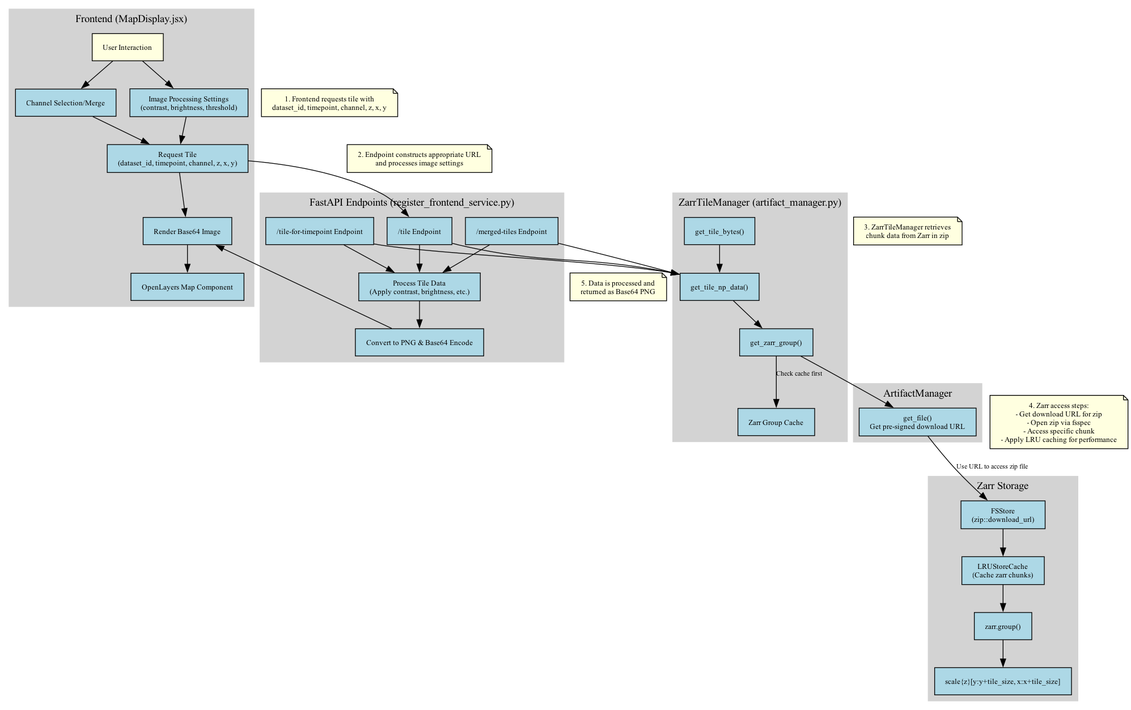
cccoolll/agent-lens keeps this Graphviz diagram as docs/zarr_tile_workflow.png. Above is the earlier version. Its source is kept beside it as docs/zarr_tile_workflow.dot. Its diagram source:
```dot
digraph ZarrTileWorkflow {
    rankdir=TB;
    node [shape=box, style=filled, fillcolor=lightblue, fontsize=10, margin="0.2,0.1"];
    edge [fontsize=9];

    subgraph cluster_frontend {
        label="Frontend (MapDisplay.jsx)";
        style=filled;
        color=lightgrey;

        user [label="User Interaction", fillcolor=lightyellow];
        map_component [label="OpenLayers Map Component"];
        channel_selection [label="Channel Selection/Merge"];
        image_processing [label="Image Processing Settings\n(contrast, brightness, threshold)"];
        request_tile [label="Request Tile\n(dataset_id, timepoint, channel, z, x, y)"];
        render_tile [label="Render Base64 Image"];

        user -> channel_selection;
        user -> image_processing;
        channel_selection -> request_tile;
        image_processing -> request_tile;
        request_tile -> render_tile;
        render_tile -> map_component;
    }

    subgraph cluster_fastapi {
        label="FastAPI Endpoints (register_frontend_service.py)";
        style=filled;
        color=lightgrey;

        tile_endpoint [label="/tile Endpoint"];
        merged_tiles_endpoint [label="/merged-tiles Endpoint"];
        timepoint_endpoint [label="/tile-for-timepoint Endpoint"];
        process_image [label="Process Tile Data\n(Apply contrast, brightness, etc.)"];
        encode_image [label="Convert to PNG & Base64 Encode"];

        tile_endpoint -> process_image;
        merged_tiles_endpoint -> process_image;
        timepoint_endpoint -> process_image;
        process_image -> encode_image;
    }

    subgraph cluster_zarr_manager {
        label="ZarrTileManager (artifact_manager.py)";
        style=filled;
        color=lightgrey;

        get_tile_bytes [label="get_tile_bytes()"];
        get_tile_np_data [label="get_tile_np_data()"];
        get_zarr_group [label="get_zarr_group()"];
        zarr_cache [label="Zarr Group Cache"];

        get_tile_bytes -> get_tile_np_data;
        get_tile_np_data -> get_zarr_group;
        get_zarr_group -> zarr_cache [label="Check cache first"];
    }

    subgraph cluster_artifact_manager {
        label="ArtifactManager";
        style=filled;
        color=lightgrey;

        get_file [label="get_file()\nGet pre-signed download URL"];
    }

    subgraph cluster_zarr_storage {
        label="Zarr Storage";
        style=filled;
        color=lightgrey;

        fsstore [label="FSStore\n(zip::download_url)"];
        lru_cache [label="LRUStoreCache\n(Cache zarr chunks)"];
        zarr_group [label="zarr.group()"];
        zarr_array [label="scale{z}[y:y+tile_size, x:x+tile_size]"];

        fsstore -> lru_cache;
        lru_cache -> zarr_group;
        zarr_group -> zarr_array;
    }

    request_tile -> tile_endpoint [lhead=cluster_fastapi];
    encode_image -> render_tile;

    tile_endpoint -> get_tile_np_data;
    merged_tiles_endpoint -> get_tile_np_data;
    timepoint_endpoint -> get_tile_np_data;

    get_zarr_group -> get_file;
    get_file -> fsstore [label="Use URL to access zip file"];

    data_flow1 [shape=note, fillcolor=lightyellow, label="1. Frontend requests tile with\ndataset_id, timepoint, channel, z, x, y"];
    data_flow2 [shape=note, fillcolor=lightyellow, label="2. Endpoint constructs appropriate URL\nand processes image settings"];
    data_flow3 [shape=note, fillcolor=lightyellow, label="3. ZarrTileManager retrieves\nchunk data from Zarr in zip"];
    data_flow4 [shape=note, fillcolor=lightyellow, label="4. Zarr access steps:\n- Get download URL for zip\n- Open zip via fsspec\n- Access specific chunk\n- Apply LRU caching for performance"];
    data_flow5 [shape=note, fillcolor=lightyellow, label="5. Data is processed and\nreturned as Base64 PNG"];

    data_flow1 -> request_tile [style=invis];
    data_flow2 -> tile_endpoint [style=invis];
    data_flow3 -> get_tile_np_data [style=invis];
    data_flow4 -> fsstore [style=invis];
    data_flow5 -> encode_image [style=invis];
}
```
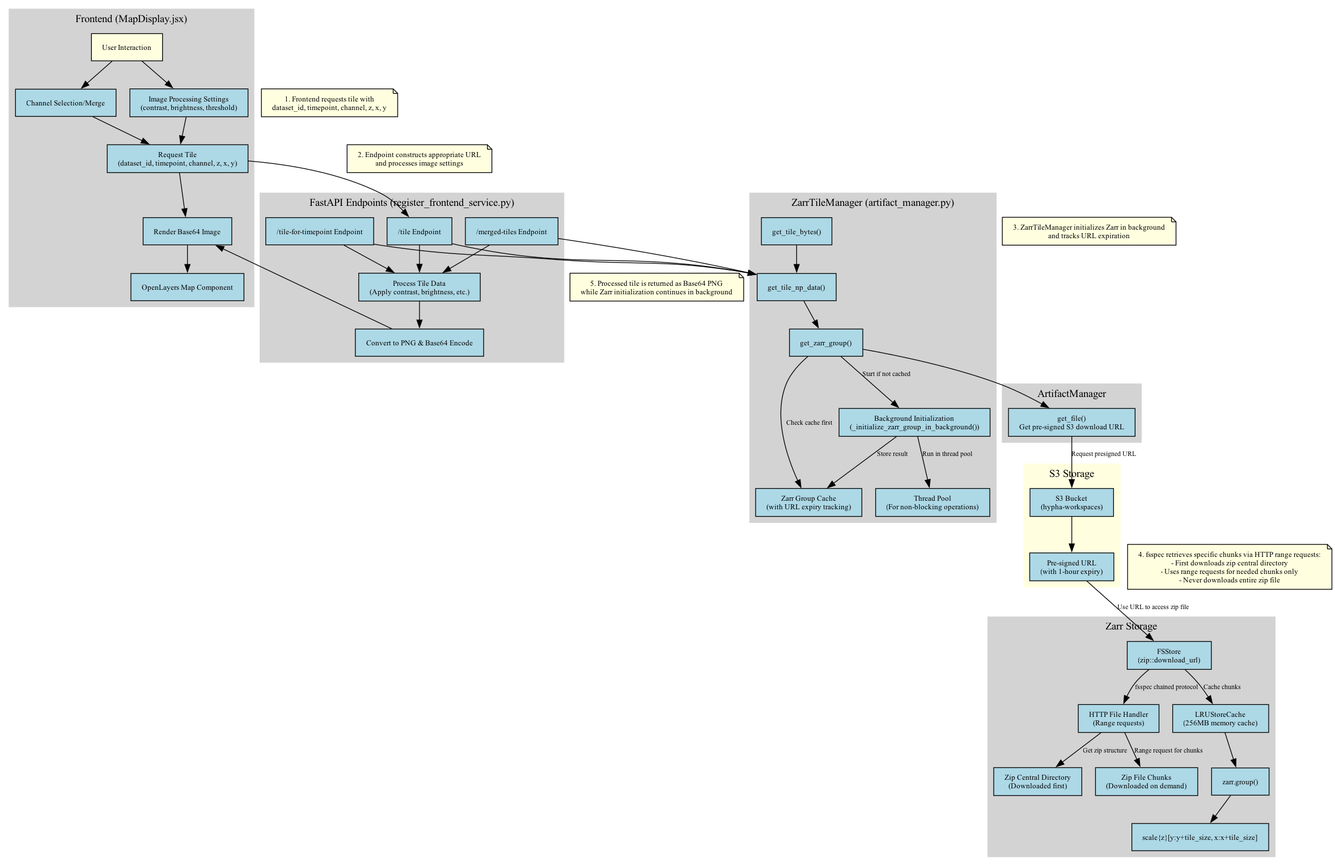
Later version of the same file.

The edit, as a diff of the source:
```diff
@@ -48,11 +48,16 @@
         get_tile_bytes [label="get_tile_bytes()"];
         get_tile_np_data [label="get_tile_np_data()"];
         get_zarr_group [label="get_zarr_group()"];
-        zarr_cache [label="Zarr Group Cache"];
+        zarr_cache [label="Zarr Group Cache\n(with URL expiry tracking)"];
+        background_init [label="Background Initialization\n(_initialize_zarr_group_in_background())"];
+        thread_pool [label="Thread Pool\n(For non-blocking operations)"];
 
         get_tile_bytes -> get_tile_np_data;
         get_tile_np_data -> get_zarr_group;
         get_zarr_group -> zarr_cache [label="Check cache first"];
+        get_zarr_group -> background_init [label="Start if not cached"];
+        background_init -> thread_pool [label="Run in thread pool"];
+        background_init -> zarr_cache [label="Store result"];
     }
 
     subgraph cluster_artifact_manager {
@@ -60,7 +65,18 @@
         style=filled;
         color=lightgrey;
 
-        get_file [label="get_file()\nGet pre-signed download URL"];
+        get_file [label="get_file()\nGet pre-signed S3 download URL"];
+    }
+
+    subgraph cluster_s3 {
+        label="S3 Storage";
+        style=filled;
+        color=lightyellow;
+
+        s3_bucket [label="S3 Bucket\n(hypha-workspaces)"];
+        presigned_url [label="Pre-signed URL\n(with 1-hour expiry)"];
+
+        s3_bucket -> presigned_url;
     }
 
     subgraph cluster_zarr_storage {
@@ -69,11 +85,17 @@
         color=lightgrey;
 
         fsstore [label="FSStore\n(zip::download_url)"];
-        lru_cache [label="LRUStoreCache\n(Cache zarr chunks)"];
+        http_file [label="HTTP File Handler\n(Range requests)"];
+        zip_index [label="Zip Central Directory\n(Downloaded first)"];
+        zip_chunks [label="Zip File Chunks\n(Downloaded on demand)"];
+        lru_cache [label="LRUStoreCache\n(256MB memory cache)"];
         zarr_group [label="zarr.group()"];
         zarr_array [label="scale{z}[y:y+tile_size, x:x+tile_size]"];
 
-        fsstore -> lru_cache;
+        fsstore -> http_file [label="fsspec chained protocol"];
+        http_file -> zip_index [label="Get zip structure"];
+        http_file -> zip_chunks [label="Range request for chunks"];
+        fsstore -> lru_cache [label="Cache chunks"];
         lru_cache -> zarr_group;
         zarr_group -> zarr_array;
     }
@@ -86,13 +108,14 @@
     timepoint_endpoint -> get_tile_np_data;
 
     get_zarr_group -> get_file;
-    get_file -> fsstore [label="Use URL to access zip file"];
+    get_file -> s3_bucket [label="Request presigned URL"];
+    presigned_url -> fsstore [label="Use URL to access zip file"];
 
     data_flow1 [shape=note, fillcolor=lightyellow, label="1. Frontend requests tile with\ndataset_id, timepoint, channel, z, x, y"];
     data_flow2 [shape=note, fillcolor=lightyellow, label="2. Endpoint constructs appropriate URL\nand processes image settings"];
-    data_flow3 [shape=note, fillcolor=lightyellow, label="3. ZarrTileManager retrieves\nchunk data from Zarr in zip"];
-    data_flow4 [shape=note, fillcolor=lightyellow, label="4. Zarr access steps:\n- Get download URL for zip\n- Open zip via fsspec\n- Access specific chunk\n- Apply LRU caching for performance"];
-    data_flow5 [shape=note, fillcolor=lightyellow, label="5. Data is processed and\nreturned as Base64 PNG"];
+    data_flow3 [shape=note, fillcolor=lightyellow, label="3. ZarrTileManager initializes Zarr in background\nand tracks URL expiration"];
+    data_flow4 [shape=note, fillcolor=lightyellow, label="4. fsspec retrieves specific chunks via HTTP range requests:\n- First downloads zip central directory\n- Uses range requests for needed chunks only\n- Never downloads entire zip file"];
+    data_flow5 [shape=note, fillcolor=lightyellow, label="5. Processed tile is returned as Base64 PNG\nwhile Zarr initialization continues in background"];
 
     data_flow1 -> request_tile [style=invis];
     data_flow2 -> tile_endpoint [style=invis];
```
